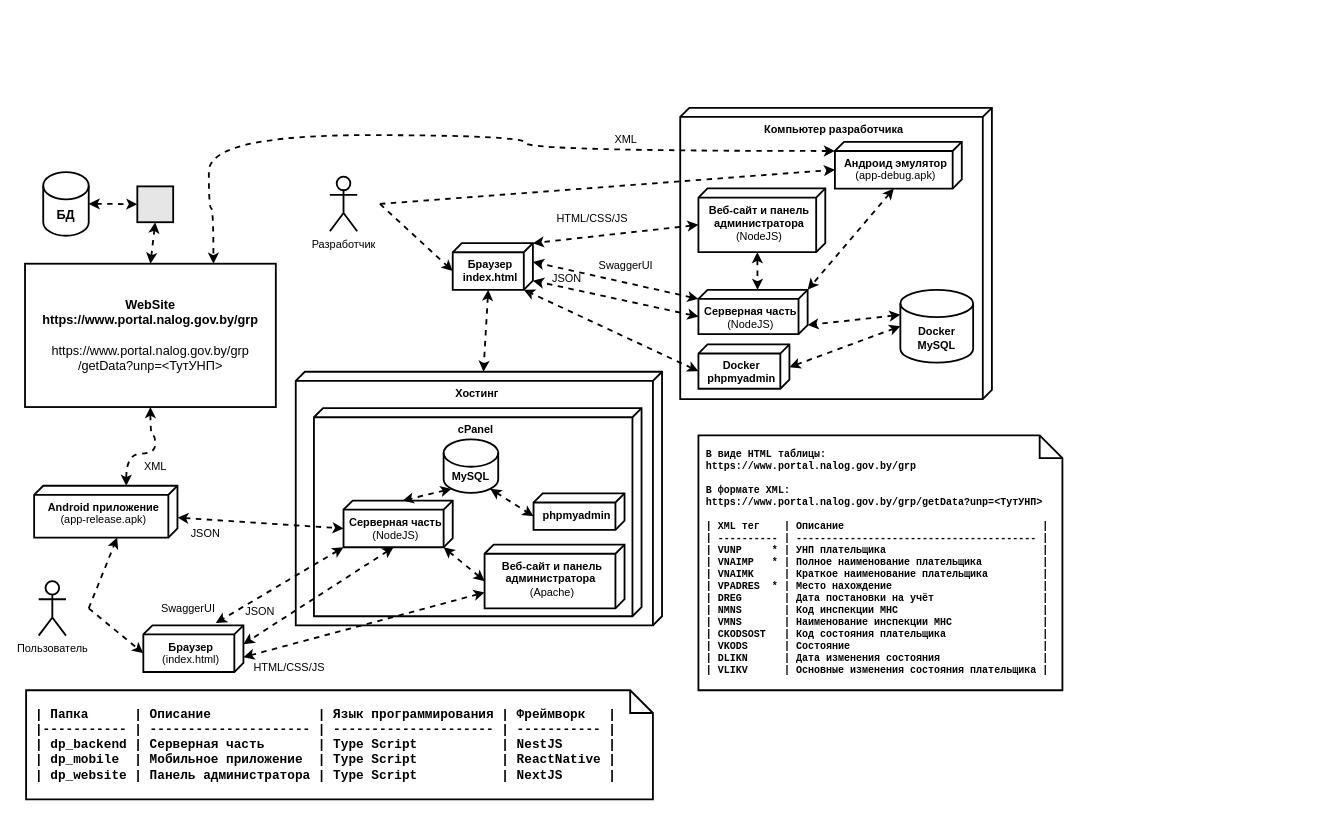
Above: sources/images/UML/UML_deployment_diagram_full.drawio in Pavel-Innokentevich-Galanin/dp_report (draw.io), before the change. Source tidied: cells renumbered, new cells numbered last; positions are measured from the earlier drawing's top-left corner, leaving out a move shared by most shapes. Both pictures are drawn from the tidied source at 91%, with x=0, y=0 at pixel (15, 71).
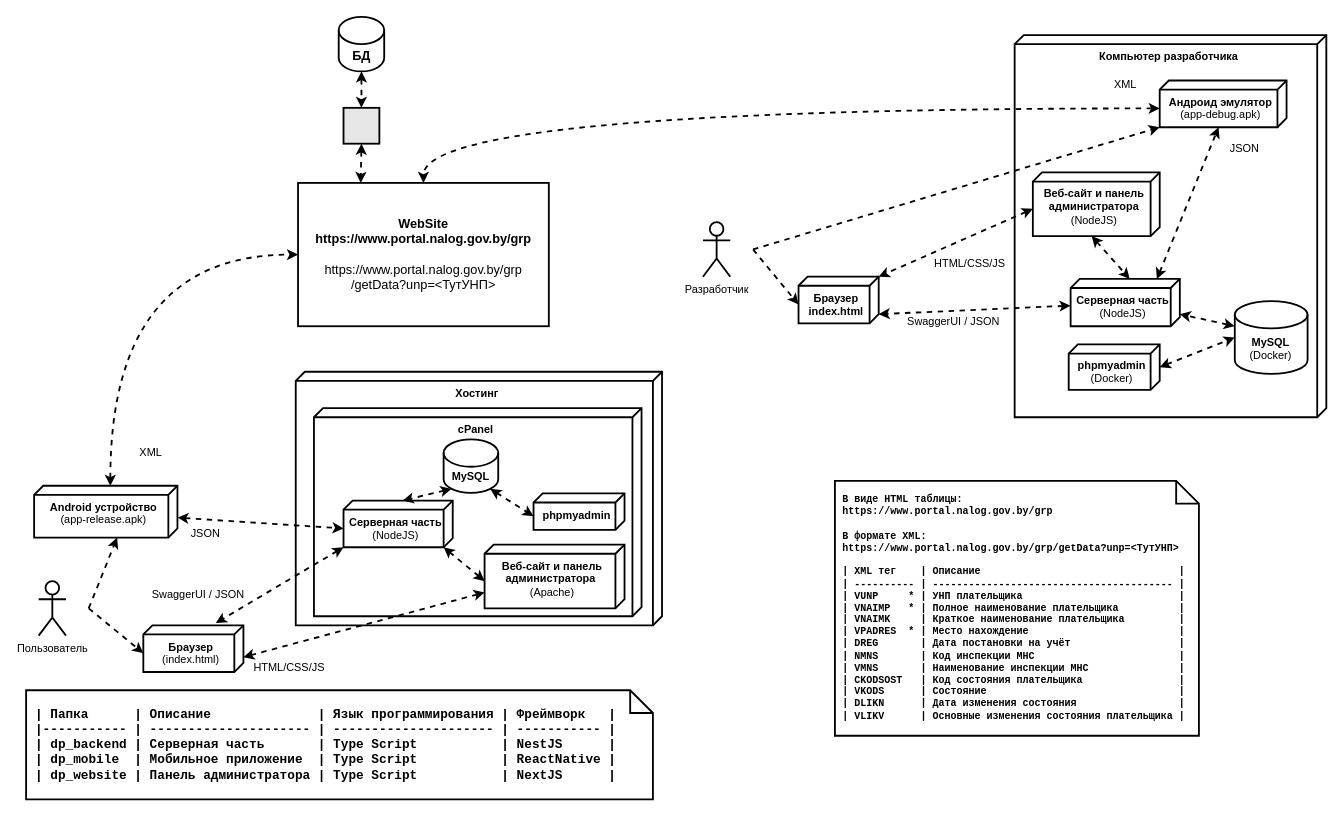
After the change.

The change refers to these unchanged cells:
```xml
<mxCell id="11" value="&lt;b&gt;Хостинг&lt;/b&gt;" style="verticalAlign=top;align=center;shape=cube;size=10;direction=south;html=1;boundedLbl=1;spacingLeft=5;whiteSpace=wrap;strokeWidth=2;" parent="1" vertex="1">
  <mxGeometry x="307.5" y="330" width="402.5" height="278.7" as="geometry" />
</mxCell>
<mxCell id="16" value="&lt;b&gt;Серверная часть&lt;/b&gt;&lt;br&gt;(NodeJS)&lt;br&gt;" style="verticalAlign=top;align=center;shape=cube;size=10;direction=south;html=1;boundedLbl=1;spacingLeft=5;whiteSpace=wrap;strokeWidth=2;" parent="1" vertex="1">
  <mxGeometry x="360" y="471.6" width="120" height="51.3" as="geometry" />
</mxCell>
<mxCell id="34" value="&lt;b&gt;Браузер&lt;/b&gt;&lt;br&gt;(index.html)" style="verticalAlign=top;align=center;shape=cube;size=10;direction=south;html=1;boundedLbl=1;spacingLeft=5;whiteSpace=wrap;strokeWidth=2;" parent="1" vertex="1">
  <mxGeometry x="140" y="608.7" width="110" height="51.3" as="geometry" />
</mxCell>
```

Change to the diagram source:
```diff
@@
-    <mxCell id="2" style="edgeStyle=orthogonalEdgeStyle;rounded=0;jettySize=auto;html=1;exitX=1;exitY=0.5;exitDx=0;exitDy=0;exitPerimeter=0;entryX=0;entryY=0.5;entryDx=0;entryDy=0;strokeWidth=2;dashed=1;startArrow=classic;startFill=1;" parent="1" edge="1" source="3" target="7">
+    <mxCell id="2" style="rounded=0;jettySize=auto;html=1;exitX=0.5;exitY=1;exitDx=0;exitDy=0;exitPerimeter=0;entryX=0.5;entryY=0;entryDx=0;entryDy=0;dashed=1;startArrow=classic;startFill=1;strokeWidth=2;" parent="1" edge="1" source="3" target="7">
       <mxGeometry relative="1" as="geometry" />
     </mxCell>
     <mxCell id="3" value="БД" style="shape=cylinder3;whiteSpace=wrap;html=1;boundedLbl=1;backgroundOutline=1;size=15;fontSize=14;strokeWidth=2;fontStyle=1;" parent="1" vertex="1">
-      <mxGeometry x="30" y="110.6" width="50" height="70" as="geometry" />
+      <mxGeometry x="354.7" y="-60" width="50" height="60" as="geometry" />
     </mxCell>
-    <mxCell id="4" style="rounded=0;jettySize=auto;html=1;exitX=0.5;exitY=0;exitDx=0;exitDy=0;entryX=0.5;entryY=1;entryDx=0;entryDy=0;startArrow=classic;startFill=1;dashed=1;strokeWidth=2;" parent="1" edge="1" source="6" target="7">
-      <mxGeometry relative="1" as="geometry" />
-    </mxCell>
-    <mxCell id="5" style="rounded=0;jettySize=auto;html=1;exitX=0.5;exitY=1;exitDx=0;exitDy=0;entryX=0;entryY=0;entryDx=0;entryDy=56.25000000000001;entryPerimeter=0;startArrow=classic;startFill=1;strokeWidth=2;dashed=1;edgeStyle=orthogonalEdgeStyle;curved=1;" parent="1" edge="1" source="6" target="30">
-      <mxGeometry relative="1" as="geometry">
-        <Array as="points">
-          <mxPoint x="148" y="400" />
-          <mxPoint x="153" y="400" />
-          <mxPoint x="153" y="420" />
-          <mxPoint x="121" y="420" />
-        </Array>
-      </mxGeometry>
-    </mxCell>
     <mxCell id="6" value="&lt;b style=&quot;font-size: 14px;&quot;&gt;WebSite&lt;br&gt;&lt;/b&gt;&lt;b style=&quot;border-color: var(--border-color); font-size: 14px;&quot;&gt;https://www.portal.nalog.gov.by/grp&lt;/b&gt;&lt;b style=&quot;font-size: 14px;&quot;&gt;&lt;br&gt;&lt;/b&gt;&lt;br style=&quot;font-size: 14px;&quot;&gt;https://www.portal.nalog.gov.by/grp&lt;br style=&quot;font-size: 14px;&quot;&gt;/getData?unp=&amp;lt;ТутУНП&amp;gt;" style="rounded=0;whiteSpace=wrap;html=1;fontSize=14;strokeWidth=2;" parent="1" vertex="1">
-      <mxGeometry x="10" y="211.3" width="275.6" height="157.5" as="geometry" />
+      <mxGeometry x="310" y="122.5" width="275.6" height="157.5" as="geometry" />
     </mxCell>
+    <mxCell id="60" style="rounded=0;jettySize=auto;html=1;exitX=0.5;exitY=1;exitDx=0;exitDy=0;entryX=0.25;entryY=0;entryDx=0;entryDy=0;dashed=1;startArrow=classic;startFill=1;strokeWidth=2;" parent="1" edge="1" source="7" target="6">
+      <mxGeometry relative="1" as="geometry" />
+    </mxCell>
     <mxCell id="7" style="rounded=0;whiteSpace=wrap;html=1;fillColor=#E6E6E6;fontSize=14;strokeWidth=2;" parent="1" vertex="1">
-      <mxGeometry x="133.4" y="126.3" width="39.4" height="39.4" as="geometry" />
+      <mxGeometry x="360" y="40" width="39.4" height="39.4" as="geometry" />
     </mxCell>
@@
     <mxCell id="12" value="&lt;b&gt;Компьютер разработчика&lt;/b&gt;" style="verticalAlign=top;align=center;shape=cube;size=10;direction=south;html=1;boundedLbl=1;spacingLeft=5;whiteSpace=wrap;strokeWidth=2;" parent="1" vertex="1">
-      <mxGeometry x="730" y="40" width="342.5" height="320" as="geometry" />
+      <mxGeometry x="1097.5" y="-40" width="342.5" height="420" as="geometry" />
     </mxCell>
@@
-    <mxCell id="14" style="rounded=0;jettySize=auto;html=1;exitX=0;exitY=0;exitDx=51.26;exitDy=65;exitPerimeter=0;entryX=0;entryY=0;entryDx=20.63;entryDy=0;entryPerimeter=0;dashed=1;startArrow=classic;startFill=1;strokeWidth=2;" parent="1" edge="1" source="16" target="34">
-      <mxGeometry relative="1" as="geometry" />
-    </mxCell>
@@
-    <mxCell id="18" style="rounded=0;jettySize=auto;html=1;exitX=0;exitY=0;exitDx=29.37;exitDy=100;exitPerimeter=0;entryX=0;entryY=0;entryDx=51.26;entryDy=10;entryPerimeter=0;dashed=1;startArrow=classic;startFill=1;strokeWidth=2;" parent="1" edge="1" source="19" target="51">
-      <mxGeometry relative="1" as="geometry" />
-    </mxCell>
-    <mxCell id="19" value="&lt;span&gt;Docker&lt;/span&gt;&lt;br&gt;phpmyadmin" style="verticalAlign=top;align=center;shape=cube;size=10;direction=south;html=1;boundedLbl=1;spacingLeft=5;whiteSpace=wrap;strokeWidth=2;fontStyle=1;" parent="1" vertex="1">
-      <mxGeometry x="750" y="300" width="100" height="48.7" as="geometry" />
+    <mxCell id="19" value="phpmyadmin&lt;br&gt;&lt;span style=&quot;font-weight: normal;&quot;&gt;(Docker)&lt;/span&gt;" style="verticalAlign=top;align=center;shape=cube;size=10;direction=south;html=1;boundedLbl=1;spacingLeft=5;whiteSpace=wrap;strokeWidth=2;fontStyle=1;" parent="1" vertex="1">
+      <mxGeometry x="1156.9" y="300" width="100" height="50" as="geometry" />
     </mxCell>
@@
-    <mxCell id="24" value="Docker&lt;br&gt;MySQL" style="shape=cylinder3;whiteSpace=wrap;html=1;boundedLbl=1;backgroundOutline=1;size=15;strokeWidth=2;fontStyle=1;" parent="1" vertex="1">
-      <mxGeometry x="971.9" y="240" width="80" height="80" as="geometry" />
+    <mxCell id="24" value="MySQL&lt;br&gt;&lt;span style=&quot;font-weight: normal;&quot;&gt;(Docker)&lt;/span&gt;" style="shape=cylinder3;whiteSpace=wrap;html=1;boundedLbl=1;backgroundOutline=1;size=15;strokeWidth=2;fontStyle=1;" parent="1" vertex="1">
+      <mxGeometry x="1339.4" y="252.4" width="80" height="80" as="geometry" />
     </mxCell>
@@
-    <mxCell id="26" style="rounded=0;jettySize=auto;html=1;exitX=0;exitY=0;exitDx=10;exitDy=120;exitPerimeter=0;entryX=0;entryY=0;entryDx=20.63;entryDy=0;entryPerimeter=0;startArrow=classic;startFill=1;dashed=1;strokeWidth=2;" parent="1" edge="1" source="27" target="51">
-      <mxGeometry relative="1" as="geometry" />
-    </mxCell>
+    <mxCell id="61" style="rounded=0;jettySize=auto;html=1;exitX=0.004;exitY=0.21;exitDx=0;exitDy=0;exitPerimeter=0;entryX=0;entryY=0;entryDx=51.26;entryDy=74.69;entryPerimeter=0;startArrow=classic;startFill=1;strokeWidth=2;dashed=1;" parent="1" edge="1" source="27" target="33">
+      <mxGeometry relative="1" as="geometry" />
+    </mxCell>
     <mxCell id="27" value="&lt;b&gt;Серверная часть&lt;/b&gt;&lt;br&gt;(NodeJS)" style="verticalAlign=top;align=center;shape=cube;size=10;direction=south;html=1;boundedLbl=1;spacingLeft=5;whiteSpace=wrap;strokeWidth=2;" parent="1" vertex="1">
-      <mxGeometry x="750" y="240" width="120" height="48.7" as="geometry" />
+      <mxGeometry x="1159" y="228" width="120" height="52" as="geometry" />
     </mxCell>
@@
+    <mxCell id="62" style="edgeStyle=orthogonalEdgeStyle;rounded=0;jettySize=auto;html=1;exitX=0;exitY=0;exitDx=0;exitDy=73.75;exitPerimeter=0;entryX=0;entryY=0.5;entryDx=0;entryDy=0;curved=1;dashed=1;strokeWidth=2;startArrow=classic;startFill=1;" parent="1" edge="1" source="30" target="6">
+      <mxGeometry relative="1" as="geometry" />
+    </mxCell>
-    <mxCell id="30" value="&lt;span&gt;Android приложение&lt;/span&gt;&lt;br&gt;&lt;span style=&quot;font-weight: normal;&quot;&gt;(app-release.apk)&lt;/span&gt;" style="verticalAlign=top;align=center;shape=cube;size=10;direction=south;html=1;boundedLbl=1;spacingLeft=5;whiteSpace=wrap;strokeWidth=2;fontStyle=1;" parent="1" vertex="1">
+    <mxCell id="30" value="&lt;span&gt;Android устройство&lt;/span&gt;&lt;br&gt;&lt;span style=&quot;font-weight: normal;&quot;&gt;(app-release.apk)&lt;/span&gt;" style="verticalAlign=top;align=center;shape=cube;size=10;direction=south;html=1;boundedLbl=1;spacingLeft=5;whiteSpace=wrap;strokeWidth=2;fontStyle=1;" parent="1" vertex="1">
       <mxGeometry x="20" y="455.3" width="157.5" height="56.9" as="geometry" />
     </mxCell>
-    <mxCell id="31" style="rounded=0;jettySize=auto;html=1;exitX=0;exitY=0;exitDx=51.26;exitDy=74.69;exitPerimeter=0;entryX=0;entryY=0;entryDx=0;entryDy=0;entryPerimeter=0;strokeWidth=2;startArrow=classic;startFill=1;dashed=1;" parent="1" edge="1" source="33" target="27">
-      <mxGeometry relative="1" as="geometry" />
-    </mxCell>
-    <mxCell id="32" style="edgeStyle=orthogonalEdgeStyle;rounded=0;jettySize=auto;html=1;exitX=0;exitY=0;exitDx=10;exitDy=139.38;exitPerimeter=0;curved=1;dashed=1;strokeWidth=2;startArrow=classic;startFill=1;" parent="1" edge="1" source="33" target="6">
-      <mxGeometry relative="1" as="geometry">
-        <Array as="points">
-          <mxPoint x="560" y="87" />
-          <mxPoint x="560" y="70" />
-          <mxPoint x="212" y="70" />
-          <mxPoint x="212" y="150" />
-          <mxPoint x="217" y="150" />
-        </Array>
-      </mxGeometry>
+    <mxCell id="32" style="rounded=0;jettySize=auto;html=1;exitX=0;exitY=0;exitDx=30.63;exitDy=139.38;exitPerimeter=0;entryX=0.5;entryY=0;entryDx=0;entryDy=0;strokeWidth=2;dashed=1;edgeStyle=orthogonalEdgeStyle;curved=1;startArrow=classic;startFill=1;" parent="1" edge="1" source="33" target="6">
+      <mxGeometry relative="1" as="geometry" />
     </mxCell>
     <mxCell id="33" value="&lt;b&gt;Андроид эмулятор&lt;/b&gt;&lt;br&gt;(app-debug.apk)" style="verticalAlign=top;align=center;shape=cube;size=10;direction=south;html=1;boundedLbl=1;spacingLeft=5;whiteSpace=wrap;strokeWidth=2;" parent="1" vertex="1">
-      <mxGeometry x="900" y="77.4" width="139.4" height="51.3" as="geometry" />
+      <mxGeometry x="1256.9" y="10" width="139.4" height="51.3" as="geometry" />
     </mxCell>
@@
     <mxCell id="39" value="XML" style="text;html=1;align=center;verticalAlign=middle;strokeColor=none;fillColor=none;" parent="1" vertex="1">
-      <mxGeometry x="128.1" y="418.7" width="50" height="30" as="geometry" />
+      <mxGeometry x="122.8" y="404.4" width="50" height="30" as="geometry" />
     </mxCell>
@@
     <mxCell id="43" value="&lt;b&gt;Веб-сайт и панель администратора&lt;br&gt;&lt;/b&gt;(NodeJS)" style="verticalAlign=top;align=center;shape=cube;size=10;direction=south;html=1;boundedLbl=1;spacingLeft=5;whiteSpace=wrap;strokeWidth=2;" parent="1" vertex="1">
-      <mxGeometry x="750" y="128.6" width="139.4" height="70" as="geometry" />
+      <mxGeometry x="1117.5" y="111" width="139.4" height="70" as="geometry" />
     </mxCell>
-    <mxCell id="44" style="rounded=0;jettySize=auto;html=1;exitX=1;exitY=0.5;exitDx=0;exitDy=0;entryX=0;entryY=0;entryDx=30.63;entryDy=139.38;entryPerimeter=0;dashed=1;strokeWidth=2;" parent="1" edge="1" source="46" target="33">
+    <mxCell id="44" style="rounded=0;jettySize=auto;html=1;exitX=1;exitY=0.5;exitDx=0;exitDy=0;entryX=1;entryY=1;entryDx=0;entryDy=0;entryPerimeter=0;dashed=1;strokeWidth=2;" parent="1" edge="1" source="46" target="33">
       <mxGeometry relative="1" as="geometry" />
     </mxCell>
@@
     <mxCell id="46" style="rounded=0;whiteSpace=wrap;html=1;fillColor=none;strokeColor=none;" parent="1" vertex="1">
-      <mxGeometry x="320" y="85.6" width="80" height="120" as="geometry" />
+      <mxGeometry x="730" y="135.6" width="80" height="120" as="geometry" />
     </mxCell>
     <mxCell id="47" value="Разработчик" style="shape=umlActor;verticalLabelPosition=bottom;verticalAlign=top;html=1;strokeWidth=2;" parent="1" vertex="1">
-      <mxGeometry x="345" y="115.6" width="30" height="60" as="geometry" />
+      <mxGeometry x="755" y="165.6" width="30" height="60" as="geometry" />
     </mxCell>
-    <mxCell id="48" value="SwaggerUI" style="text;html=1;align=center;verticalAlign=middle;strokeColor=none;fillColor=none;" parent="1" vertex="1">
-      <mxGeometry x="148.8" y="575" width="80" height="30" as="geometry" />
+    <mxCell id="48" value="SwaggerUI / JSON" style="text;html=1;align=center;verticalAlign=middle;strokeColor=none;fillColor=none;" parent="1" vertex="1">
+      <mxGeometry x="140" y="560" width="120" height="30" as="geometry" />
     </mxCell>
-    <mxCell id="49" value="JSON" style="text;html=1;align=center;verticalAlign=middle;strokeColor=none;fillColor=none;" parent="1" vertex="1">
-      <mxGeometry x="238.1" y="578.7" width="60" height="30" as="geometry" />
-    </mxCell>
-    <mxCell id="50" style="edgeStyle=none;rounded=0;jettySize=auto;html=1;exitX=0;exitY=0;exitDx=51.26;exitDy=49.06;exitPerimeter=0;entryX=0;entryY=0;entryDx=0;entryDy=196.25;entryPerimeter=0;dashed=1;strokeWidth=2;startArrow=classic;startFill=1;" parent="1" edge="1" source="51" target="11">
-      <mxGeometry relative="1" as="geometry" />
-    </mxCell>
     <mxCell id="51" value="&lt;b&gt;Браузер&lt;br&gt;index.html&lt;br&gt;&lt;/b&gt;" style="verticalAlign=top;align=center;shape=cube;size=10;direction=south;html=1;boundedLbl=1;spacingLeft=5;whiteSpace=wrap;strokeWidth=2;" parent="1" vertex="1">
-      <mxGeometry x="480" y="188.7" width="88.1" height="51.3" as="geometry" />
+      <mxGeometry x="860" y="225.5" width="88.1" height="51.3" as="geometry" />
     </mxCell>
     <mxCell id="52" value="HTML/CSS/JS" style="text;html=1;align=center;verticalAlign=middle;strokeColor=none;fillColor=none;" parent="1" vertex="1">
-      <mxGeometry x="583" y="146.6" width="100" height="30" as="geometry" />
+      <mxGeometry x="997.5" y="195.5" width="100" height="30" as="geometry" />
     </mxCell>
-    <mxCell id="53" value="SwaggerUI" style="text;html=1;align=center;verticalAlign=middle;strokeColor=none;fillColor=none;" parent="1" vertex="1">
-      <mxGeometry x="630" y="199.4" width="80" height="30" as="geometry" />
-    </mxCell>
-    <mxCell id="54" value="JSON" style="text;html=1;align=center;verticalAlign=middle;strokeColor=none;fillColor=none;" parent="1" vertex="1">
-      <mxGeometry x="575" y="213.3" width="60" height="30" as="geometry" />
+    <mxCell id="54" value="SwaggerUI / JSON" style="text;html=1;align=center;verticalAlign=middle;strokeColor=none;fillColor=none;" parent="1" vertex="1">
+      <mxGeometry x="970" y="260" width="120" height="30" as="geometry" />
     </mxCell>
     <mxCell id="55" value="XML" style="text;html=1;align=center;verticalAlign=middle;strokeColor=none;fillColor=none;" parent="1" vertex="1">
-      <mxGeometry x="645" y="60" width="50" height="30" as="geometry" />
+      <mxGeometry x="1194" width="50" height="30" as="geometry" />
     </mxCell>
@@
-    <mxCell id="57" style="verticalLabelPosition=bottom;verticalAlign=top;html=1;shape=mxgraph.basic.rect;fillColor2=none;strokeWidth=1;size=20;indent=5;fillColor=none;strokeColor=none;" parent="1" vertex="1">
-      <mxGeometry x="1090" width="40" height="40" as="geometry" />
-    </mxCell>
@@
     <mxCell id="59" value="&amp;nbsp;В виде HTML таблицы:&amp;nbsp;&lt;br&gt;&amp;nbsp;https://www.portal.nalog.gov.by/grp&lt;br&gt;&amp;nbsp;&lt;br&gt;&amp;nbsp;В формате XML:&lt;br&gt;&amp;nbsp;https://www.portal.nalog.gov.by/grp/getData?unp=&amp;lt;ТутУНП&amp;gt;&lt;br style=&quot;font-size: 11px;&quot;&gt;&lt;br style=&quot;font-size: 11px;&quot;&gt;&amp;nbsp;| XML тег&amp;nbsp; &amp;nbsp; | Описание&amp;nbsp; &amp;nbsp; &amp;nbsp; &amp;nbsp; &amp;nbsp; &amp;nbsp; &amp;nbsp; &amp;nbsp; &amp;nbsp; &amp;nbsp; &amp;nbsp; &amp;nbsp; &amp;nbsp; &amp;nbsp; &amp;nbsp; &amp;nbsp; &amp;nbsp;|&lt;br style=&quot;font-size: 11px;&quot;&gt;&amp;nbsp;| ---------- | ---------------------------------------- |&lt;br style=&quot;font-size: 11px;&quot;&gt;&amp;nbsp;| VUNP&amp;nbsp; &amp;nbsp; &amp;nbsp;* | УНП плательщика&amp;nbsp; &amp;nbsp; &amp;nbsp; &amp;nbsp; &amp;nbsp; &amp;nbsp; &amp;nbsp; &amp;nbsp; &amp;nbsp; &amp;nbsp; &amp;nbsp; &amp;nbsp; &amp;nbsp; |&lt;br style=&quot;font-size: 11px;&quot;&gt;&amp;nbsp;| VNAIMP&amp;nbsp; &amp;nbsp;* | Полное наименование плательщика&amp;nbsp; &amp;nbsp; &amp;nbsp; &amp;nbsp; &amp;nbsp; |&lt;br style=&quot;font-size: 11px;&quot;&gt;&amp;nbsp;| VNAIMK&amp;nbsp; &amp;nbsp; &amp;nbsp;| Краткое наименование плательщика&amp;nbsp; &amp;nbsp; &amp;nbsp; &amp;nbsp; &amp;nbsp;|&lt;br style=&quot;font-size: 11px;&quot;&gt;&amp;nbsp;| VPADRES&amp;nbsp; * | Место нахождение&amp;nbsp; &amp;nbsp; &amp;nbsp; &amp;nbsp; &amp;nbsp; &amp;nbsp; &amp;nbsp; &amp;nbsp; &amp;nbsp; &amp;nbsp; &amp;nbsp; &amp;nbsp; &amp;nbsp;|&lt;br style=&quot;font-size: 11px;&quot;&gt;&amp;nbsp;| DREG&amp;nbsp; &amp;nbsp; &amp;nbsp; &amp;nbsp;| Дата постановки на учёт&amp;nbsp; &amp;nbsp; &amp;nbsp; &amp;nbsp; &amp;nbsp; &amp;nbsp; &amp;nbsp; &amp;nbsp; &amp;nbsp; |&lt;br style=&quot;font-size: 11px;&quot;&gt;&amp;nbsp;| NMNS&amp;nbsp; &amp;nbsp; &amp;nbsp; &amp;nbsp;| Код инспекции МНС&amp;nbsp; &amp;nbsp; &amp;nbsp; &amp;nbsp; &amp;nbsp; &amp;nbsp; &amp;nbsp; &amp;nbsp; &amp;nbsp; &amp;nbsp; &amp;nbsp; &amp;nbsp; |&lt;br style=&quot;font-size: 11px;&quot;&gt;&amp;nbsp;| VMNS&amp;nbsp; &amp;nbsp; &amp;nbsp; &amp;nbsp;| Наименование инспекции МНС&amp;nbsp; &amp;nbsp; &amp;nbsp; &amp;nbsp; &amp;nbsp; &amp;nbsp; &amp;nbsp; &amp;nbsp;|&lt;br style=&quot;font-size: 11px;&quot;&gt;&amp;nbsp;| CKODSOST&amp;nbsp; &amp;nbsp;| Код состояния плательщика&amp;nbsp; &amp;nbsp; &amp;nbsp; &amp;nbsp; &amp;nbsp; &amp;nbsp; &amp;nbsp; &amp;nbsp; |&lt;br style=&quot;font-size: 11px;&quot;&gt;&amp;nbsp;| VKODS&amp;nbsp; &amp;nbsp; &amp;nbsp; | Состояние&amp;nbsp; &amp;nbsp; &amp;nbsp; &amp;nbsp; &amp;nbsp; &amp;nbsp; &amp;nbsp; &amp;nbsp; &amp;nbsp; &amp;nbsp; &amp;nbsp; &amp;nbsp; &amp;nbsp; &amp;nbsp; &amp;nbsp; &amp;nbsp; |&lt;br style=&quot;font-size: 11px;&quot;&gt;&amp;nbsp;| DLIKN&amp;nbsp; &amp;nbsp; &amp;nbsp; | Дата изменения состояния&amp;nbsp; &amp;nbsp; &amp;nbsp; &amp;nbsp; &amp;nbsp; &amp;nbsp; &amp;nbsp; &amp;nbsp; &amp;nbsp;|&lt;br style=&quot;font-size: 11px;&quot;&gt;&amp;nbsp;| VLIKV&amp;nbsp; &amp;nbsp; &amp;nbsp; | Основные изменения состояния плательщика |" style="shape=note2;boundedLbl=1;whiteSpace=wrap;html=1;size=25;verticalAlign=middle;align=left;strokeWidth=2;fontFamily=Courier New;labelPosition=center;verticalLabelPosition=middle;fontStyle=1;fontSize=11;" parent="1" vertex="1">
-      <mxGeometry x="750" y="400" width="400" height="280" as="geometry" />
+      <mxGeometry x="900" y="450" width="400" height="280" as="geometry" />
     </mxCell>
+    <mxCell id="49" value="JSON" style="text;html=1;align=center;verticalAlign=middle;strokeColor=none;fillColor=none;" parent="1" vertex="1">
+      <mxGeometry x="1320" y="70" width="60" height="30" as="geometry" />
+    </mxCell>
```
